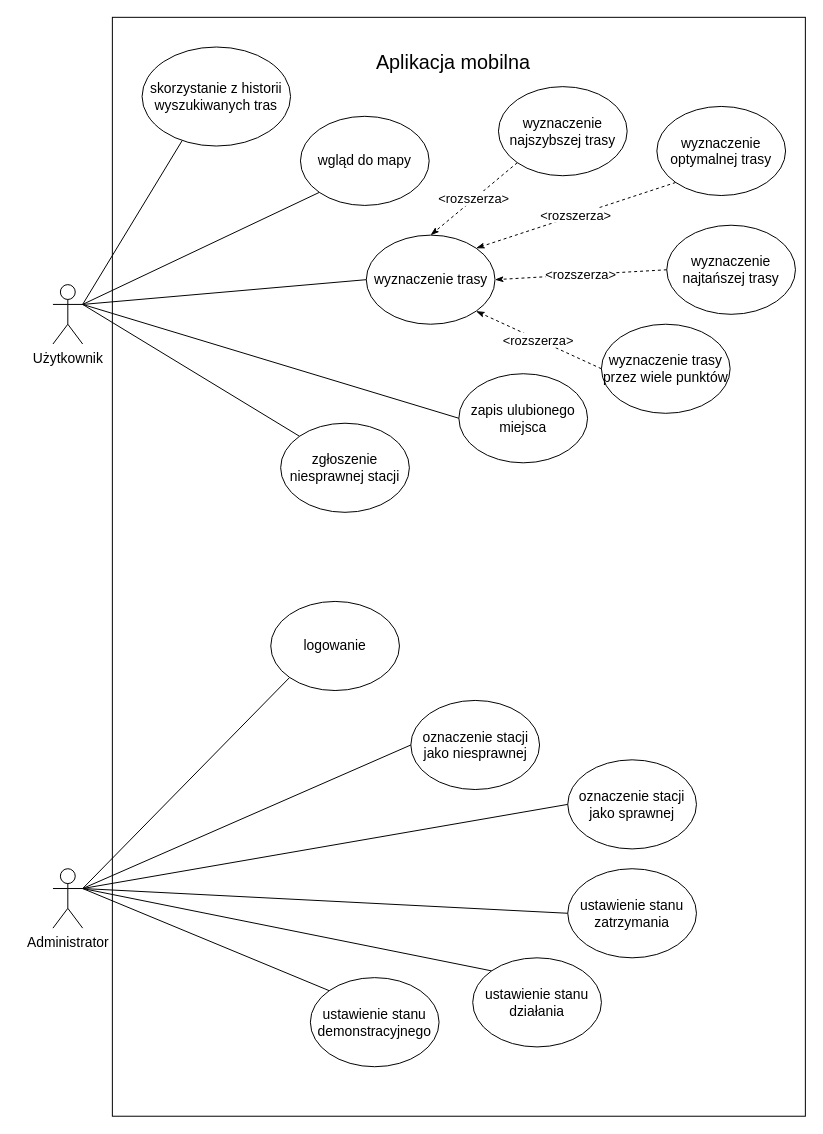
Freeturilo/FreeturiloDocumentation keeps this draw.io diagram as diagramprzypadkow.drawio. Above is the earlier version. Source tidied: cells renumbered, new cells numbered last; positions are measured from the earlier drawing's top-left corner, leaving out a move shared by most shapes. Both pictures are drawn from the tidied source at 99%, with x=0, y=0 at pixel (52, 17).
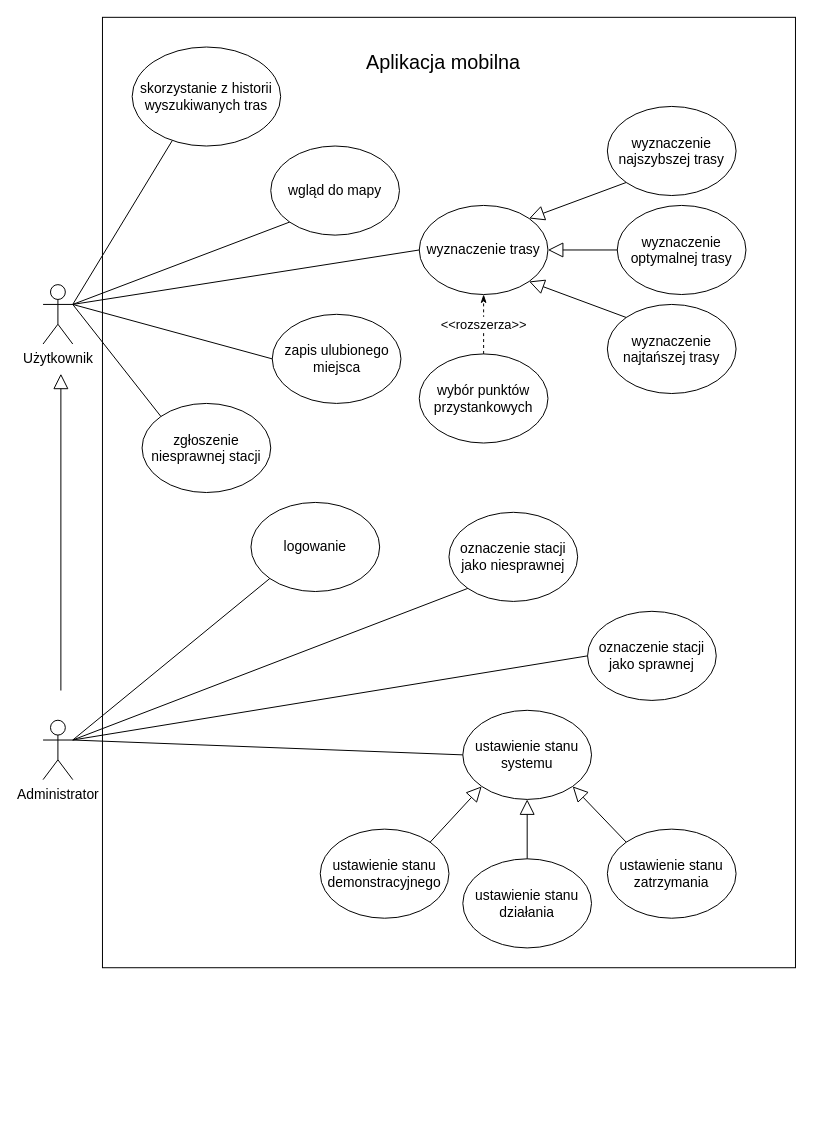
The same diagram, later.

Commit message (it also covers changes not shown here):
Wersja 1.2 dokumentacji wstępnej

Change to the diagram source:
```diff
@@
     <mxCell id="2" style="rounded=0;whiteSpace=wrap;html=1;fillColor=none;fontSize=14;" parent="1" vertex="1">
-      <mxGeometry x="60" width="700" height="1110" as="geometry" />
+      <mxGeometry x="50" width="700" height="960" as="geometry" />
     </mxCell>
     <mxCell id="3" value="Aplikacja mobilna" style="text;html=1;strokeColor=none;fillColor=none;align=center;verticalAlign=middle;whiteSpace=wrap;rounded=0;fontSize=20;" parent="1" vertex="1">
-      <mxGeometry x="316.5" y="20" width="175" height="50" as="geometry" />
+      <mxGeometry x="306.5" y="20" width="175" height="50" as="geometry" />
     </mxCell>
     <mxCell id="4" value="Użytkownik" style="shape=umlActor;verticalLabelPosition=bottom;verticalAlign=top;html=1;outlineConnect=0;fontSize=14;fillColor=none;" parent="1" vertex="1">
-      <mxGeometry y="270" width="30" height="60" as="geometry" />
+      <mxGeometry x="-10" y="270" width="30" height="60" as="geometry" />
     </mxCell>
@@
     <mxCell id="6" value="wyznaczenie trasy" style="ellipse;whiteSpace=wrap;html=1;fontSize=14;fillColor=none;" parent="1" vertex="1">
-      <mxGeometry x="316.5" y="220" width="130" height="90" as="geometry" />
+      <mxGeometry x="370" y="190" width="130" height="90" as="geometry" />
     </mxCell>
-    <mxCell id="7" value="&amp;lt;rozszerza&amp;gt;" style="edgeStyle=none;rounded=0;jettySize=auto;html=1;exitX=0;exitY=1;exitDx=0;exitDy=0;entryX=0.5;entryY=0;entryDx=0;entryDy=0;fontSize=13;endArrow=classicThin;endFill=1;dashed=1;" parent="1" edge="1" source="8" target="6">
-      <mxGeometry relative="1" as="geometry" />
-    </mxCell>
     <mxCell id="8" value="wyznaczenie najszybszej trasy" style="ellipse;whiteSpace=wrap;html=1;fontSize=14;fillColor=none;" parent="1" vertex="1">
-      <mxGeometry x="450" y="70" width="130" height="90" as="geometry" />
+      <mxGeometry x="560" y="90" width="130" height="90" as="geometry" />
     </mxCell>
-    <mxCell id="9" value="&amp;lt;rozszerza&amp;gt;" style="edgeStyle=none;rounded=0;jettySize=auto;html=1;exitX=0;exitY=0.5;exitDx=0;exitDy=0;entryX=1;entryY=0.5;entryDx=0;entryDy=0;fontSize=13;endArrow=classicThin;endFill=1;dashed=1;" parent="1" edge="1" source="10" target="6">
+    <mxCell id="9" style="rounded=0;jettySize=auto;html=1;exitX=0;exitY=0;exitDx=0;exitDy=0;entryX=1;entryY=1;entryDx=0;entryDy=0;endArrow=block;endFill=0;endSize=13;" parent="1" edge="1" source="10" target="6">
       <mxGeometry relative="1" as="geometry" />
     </mxCell>
     <mxCell id="10" value="wyznaczenie najtańszej trasy" style="ellipse;whiteSpace=wrap;html=1;fontSize=14;fillColor=none;" parent="1" vertex="1">
-      <mxGeometry x="620" y="210" width="130" height="90" as="geometry" />
+      <mxGeometry x="560" y="290" width="130" height="90" as="geometry" />
     </mxCell>
-    <mxCell id="11" value="&amp;lt;rozszerza&amp;gt;" style="edgeStyle=none;rounded=0;jettySize=auto;html=1;exitX=0;exitY=1;exitDx=0;exitDy=0;entryX=1;entryY=0;entryDx=0;entryDy=0;fontSize=13;endArrow=classicThin;endFill=1;dashed=1;" parent="1" edge="1" source="12" target="6">
-      <mxGeometry relative="1" as="geometry" />
-    </mxCell>
     <mxCell id="12" value="wyznaczenie optymalnej trasy" style="ellipse;whiteSpace=wrap;html=1;fontSize=14;fillColor=none;" parent="1" vertex="1">
-      <mxGeometry x="610" y="90" width="130" height="90" as="geometry" />
+      <mxGeometry x="570" y="190" width="130" height="90" as="geometry" />
     </mxCell>
@@
     <mxCell id="14" value="wgląd do mapy" style="ellipse;whiteSpace=wrap;html=1;fontSize=14;fillColor=none;" parent="1" vertex="1">
-      <mxGeometry x="250" y="100" width="130" height="90" as="geometry" />
+      <mxGeometry x="220" y="130" width="130" height="90" as="geometry" />
     </mxCell>
-    <mxCell id="15" value="&amp;lt;rozszerza&amp;gt;" style="edgeStyle=none;rounded=0;jettySize=auto;html=1;exitX=0;exitY=0.5;exitDx=0;exitDy=0;entryX=1;entryY=1;entryDx=0;entryDy=0;fontSize=13;endArrow=classicThin;endFill=1;dashed=1;" parent="1" edge="1" source="16" target="6">
+    <mxCell id="15" value="&amp;lt;&amp;lt;rozszerza&amp;gt;&amp;gt;" style="edgeStyle=none;rounded=0;jettySize=auto;html=1;exitX=0.5;exitY=0;exitDx=0;exitDy=0;entryX=0.5;entryY=1;entryDx=0;entryDy=0;fontSize=13;endArrow=classicThin;endFill=1;dashed=1;" parent="1" edge="1" source="16" target="6">
       <mxGeometry relative="1" as="geometry" />
     </mxCell>
-    <mxCell id="16" value="&lt;font style=&quot;font-size: 14px&quot;&gt;wyznaczenie trasy przez wiele punktów&lt;/font&gt;" style="ellipse;whiteSpace=wrap;html=1;fontSize=14;fillColor=none;" parent="1" vertex="1">
-      <mxGeometry x="554" y="310" width="130" height="90" as="geometry" />
+    <mxCell id="16" value="wybór punktów przystankowych" style="ellipse;whiteSpace=wrap;html=1;fontSize=14;fillColor=none;" parent="1" vertex="1">
+      <mxGeometry x="370" y="340" width="130" height="90" as="geometry" />
     </mxCell>
@@
     <mxCell id="18" value="zapis ulubionego miejsca" style="ellipse;whiteSpace=wrap;html=1;fontSize=14;fillColor=none;" parent="1" vertex="1">
-      <mxGeometry x="410" y="360" width="130" height="90" as="geometry" />
+      <mxGeometry x="221.5" y="300" width="130" height="90" as="geometry" />
     </mxCell>
@@
     <mxCell id="20" value="skorzystanie z historii wyszukiwanych tras" style="ellipse;whiteSpace=wrap;html=1;fontSize=14;fillColor=none;" parent="1" vertex="1">
-      <mxGeometry x="90" y="30" width="150" height="100" as="geometry" />
+      <mxGeometry x="80" y="30" width="150" height="100" as="geometry" />
     </mxCell>
@@
     <mxCell id="22" value="zgłoszenie niesprawnej stacji" style="ellipse;whiteSpace=wrap;html=1;fontSize=14;fillColor=none;" parent="1" vertex="1">
-      <mxGeometry x="230" y="410" width="130" height="90" as="geometry" />
+      <mxGeometry x="90" y="390" width="130" height="90" as="geometry" />
     </mxCell>
+    <mxCell id="36" style="edgeStyle=none;rounded=0;jettySize=auto;html=1;exitX=1;exitY=0.3333333333333333;exitDx=0;exitDy=0;exitPerimeter=0;entryX=0;entryY=0.5;entryDx=0;entryDy=0;endArrow=none;endFill=0;endSize=13;" parent="1" edge="1" source="23" target="37">
+      <mxGeometry relative="1" as="geometry" />
+    </mxCell>
     <mxCell id="23" value="Administrator" style="shape=umlActor;verticalLabelPosition=bottom;verticalAlign=top;html=1;outlineConnect=0;fontSize=14;fillColor=none;" parent="1" vertex="1">
-      <mxGeometry y="860" width="30" height="60" as="geometry" />
+      <mxGeometry x="-10" y="710" width="30" height="60" as="geometry" />
     </mxCell>
@@
     <mxCell id="25" value="logowanie" style="ellipse;whiteSpace=wrap;html=1;fontSize=14;fillColor=none;" parent="1" vertex="1">
-      <mxGeometry x="220" y="590" width="130" height="90" as="geometry" />
+      <mxGeometry x="200" y="490" width="130" height="90" as="geometry" />
     </mxCell>
-    <mxCell id="26" style="edgeStyle=none;rounded=0;jettySize=auto;html=1;exitX=0;exitY=0.5;exitDx=0;exitDy=0;entryX=1;entryY=0.3333333333333333;entryDx=0;entryDy=0;entryPerimeter=0;fontSize=14;endArrow=none;endFill=0;" parent="1" edge="1" source="27" target="23">
+    <mxCell id="26" style="edgeStyle=none;rounded=0;jettySize=auto;html=1;entryX=1;entryY=0.3333333333333333;entryDx=0;entryDy=0;entryPerimeter=0;fontSize=14;endArrow=none;endFill=0;exitX=0;exitY=1;exitDx=0;exitDy=0;" parent="1" edge="1" source="27" target="23">
       <mxGeometry relative="1" as="geometry" />
     </mxCell>
     <mxCell id="27" value="oznaczenie stacji jako niesprawnej" style="ellipse;whiteSpace=wrap;html=1;fontSize=14;fillColor=none;" parent="1" vertex="1">
-      <mxGeometry x="361.5" y="690" width="130" height="90" as="geometry" />
+      <mxGeometry x="400" y="500" width="130" height="90" as="geometry" />
     </mxCell>
@@
     <mxCell id="29" value="oznaczenie stacji jako sprawnej" style="ellipse;whiteSpace=wrap;html=1;fontSize=14;fillColor=none;" parent="1" vertex="1">
-      <mxGeometry x="520" y="750" width="130" height="90" as="geometry" />
+      <mxGeometry x="540" y="600" width="130" height="90" as="geometry" />
     </mxCell>
-    <mxCell id="30" style="edgeStyle=none;rounded=0;jettySize=auto;html=1;exitX=0;exitY=0.5;exitDx=0;exitDy=0;fontSize=14;endArrow=none;endFill=0;entryX=1;entryY=0.3333333333333333;entryDx=0;entryDy=0;entryPerimeter=0;" parent="1" edge="1" source="31" target="23">
-      <mxGeometry relative="1" as="geometry" />
-    </mxCell>
     <mxCell id="31" value="ustawienie stanu zatrzymania" style="ellipse;whiteSpace=wrap;html=1;fontSize=14;fillColor=none;" parent="1" vertex="1">
-      <mxGeometry x="520" y="860" width="130" height="90" as="geometry" />
+      <mxGeometry x="560" y="820" width="130" height="90" as="geometry" />
     </mxCell>
-    <mxCell id="32" style="edgeStyle=none;rounded=0;jettySize=auto;html=1;exitX=0;exitY=0;exitDx=0;exitDy=0;entryX=1;entryY=0.3333333333333333;entryDx=0;entryDy=0;entryPerimeter=0;fontSize=14;endArrow=none;endFill=0;" parent="1" edge="1" source="33" target="23">
-      <mxGeometry relative="1" as="geometry" />
-    </mxCell>
     <mxCell id="33" value="ustawienie stanu demonstracyjnego" style="ellipse;whiteSpace=wrap;html=1;fontSize=14;fillColor=none;" parent="1" vertex="1">
-      <mxGeometry x="260" y="970" width="130" height="90" as="geometry" />
+      <mxGeometry x="270" y="820" width="130" height="90" as="geometry" />
     </mxCell>
-    <mxCell id="34" style="edgeStyle=none;rounded=0;jettySize=auto;html=1;exitX=0;exitY=0;exitDx=0;exitDy=0;entryX=1;entryY=0.3333333333333333;entryDx=0;entryDy=0;entryPerimeter=0;fontSize=14;endArrow=none;endFill=0;" parent="1" edge="1" source="35" target="23">
-      <mxGeometry relative="1" as="geometry" />
-    </mxCell>
     <mxCell id="35" value="ustawienie stanu działania" style="ellipse;whiteSpace=wrap;html=1;fontSize=14;fillColor=none;" parent="1" vertex="1">
-      <mxGeometry x="424" y="950" width="130" height="90" as="geometry" />
+      <mxGeometry x="414" y="850" width="130" height="90" as="geometry" />
     </mxCell>
+    <mxCell id="11" style="rounded=0;jettySize=auto;html=1;exitX=0;exitY=0.5;exitDx=0;exitDy=0;entryX=1;entryY=0.5;entryDx=0;entryDy=0;endArrow=block;endFill=0;endSize=13;" parent="1" edge="1" source="12" target="6">
+      <mxGeometry relative="1" as="geometry" />
+    </mxCell>
+    <mxCell id="7" style="rounded=0;jettySize=auto;html=1;exitX=0;exitY=1;exitDx=0;exitDy=0;entryX=1;entryY=0;entryDx=0;entryDy=0;endArrow=block;endFill=0;endSize=13;" parent="1" edge="1" source="8" target="6">
+      <mxGeometry relative="1" as="geometry" />
+    </mxCell>
+    <mxCell id="37" value="&lt;div&gt;ustawienie stanu systemu&lt;/div&gt;" style="ellipse;whiteSpace=wrap;html=1;fontSize=14;fillColor=none;" parent="1" vertex="1">
+      <mxGeometry x="414" y="700" width="130" height="90" as="geometry" />
+    </mxCell>
+    <mxCell id="38" style="rounded=0;jettySize=auto;html=1;exitX=1;exitY=0;exitDx=0;exitDy=0;entryX=0;entryY=1;entryDx=0;entryDy=0;endArrow=block;endFill=0;endSize=13;" parent="1" edge="1" source="33" target="37">
+      <mxGeometry relative="1" as="geometry" />
+    </mxCell>
+    <mxCell id="39" style="rounded=0;jettySize=auto;html=1;exitX=0.5;exitY=0;exitDx=0;exitDy=0;entryX=0.5;entryY=1;entryDx=0;entryDy=0;endArrow=block;endFill=0;endSize=13;" parent="1" edge="1" source="35" target="37">
+      <mxGeometry relative="1" as="geometry" />
+    </mxCell>
+    <mxCell id="40" style="rounded=0;jettySize=auto;html=1;exitX=0;exitY=0;exitDx=0;exitDy=0;entryX=1;entryY=1;entryDx=0;entryDy=0;endArrow=block;endFill=0;endSize=13;" parent="1" edge="1" source="31" target="37">
+      <mxGeometry relative="1" as="geometry" />
+    </mxCell>
+    <mxCell id="41" style="rounded=0;orthogonalLoop=1;jettySize=auto;html=1;endArrow=block;endFill=0;endSize=13;" parent="1" edge="1">
+      <mxGeometry relative="1" as="geometry">
+        <mxPoint x="8" y="680" as="sourcePoint" />
+        <mxPoint x="8" y="360" as="targetPoint" />
+      </mxGeometry>
+    </mxCell>
```
